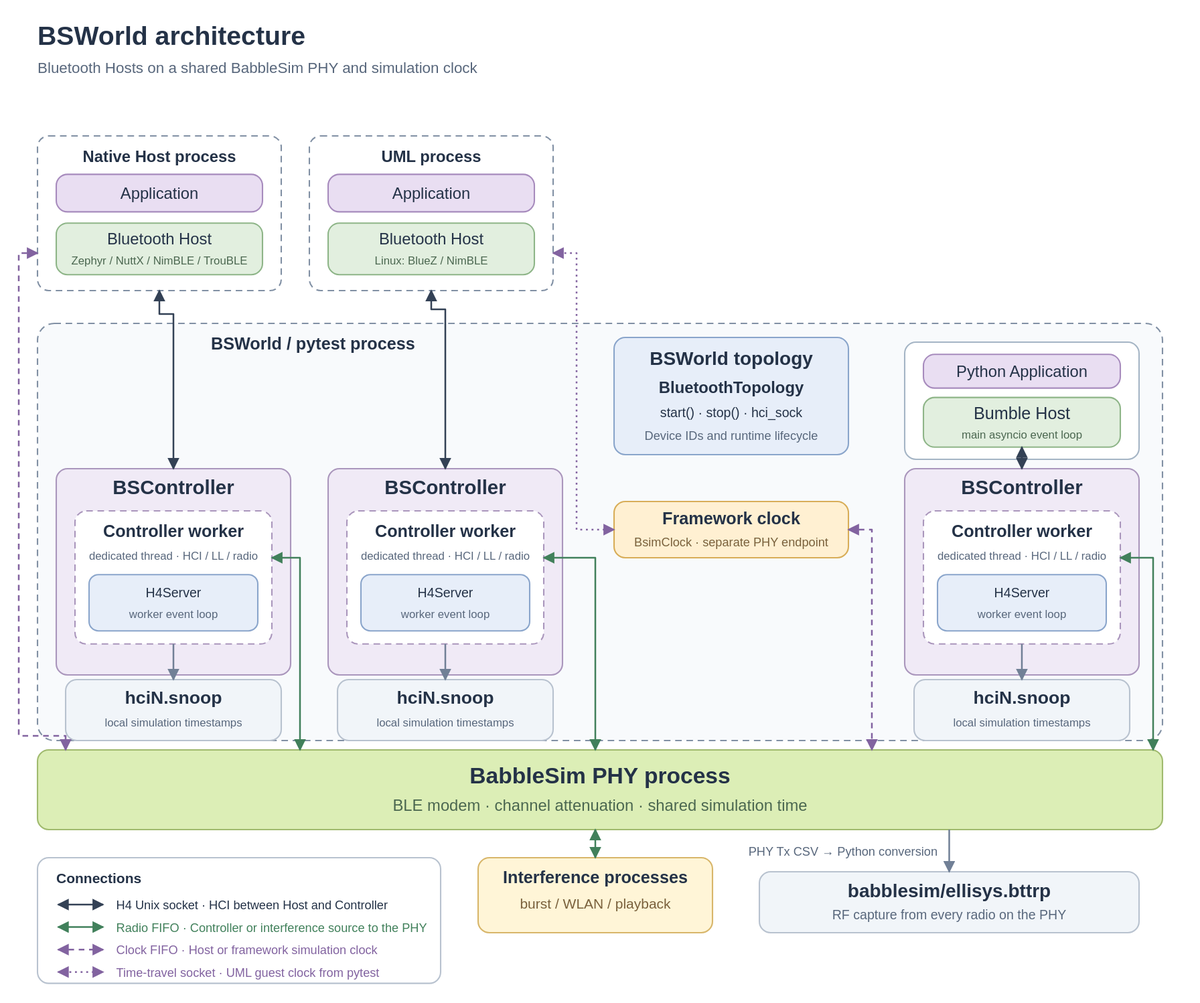
This is docs/images/babblesim_arch.svg from XiaoMi/bsworld, a draw.io export, as it was before one commit. Source tidied: cells renumbered, new cells last; positions are measured from the earlier drawing's top-left corner, leaving out a move shared by most shapes.
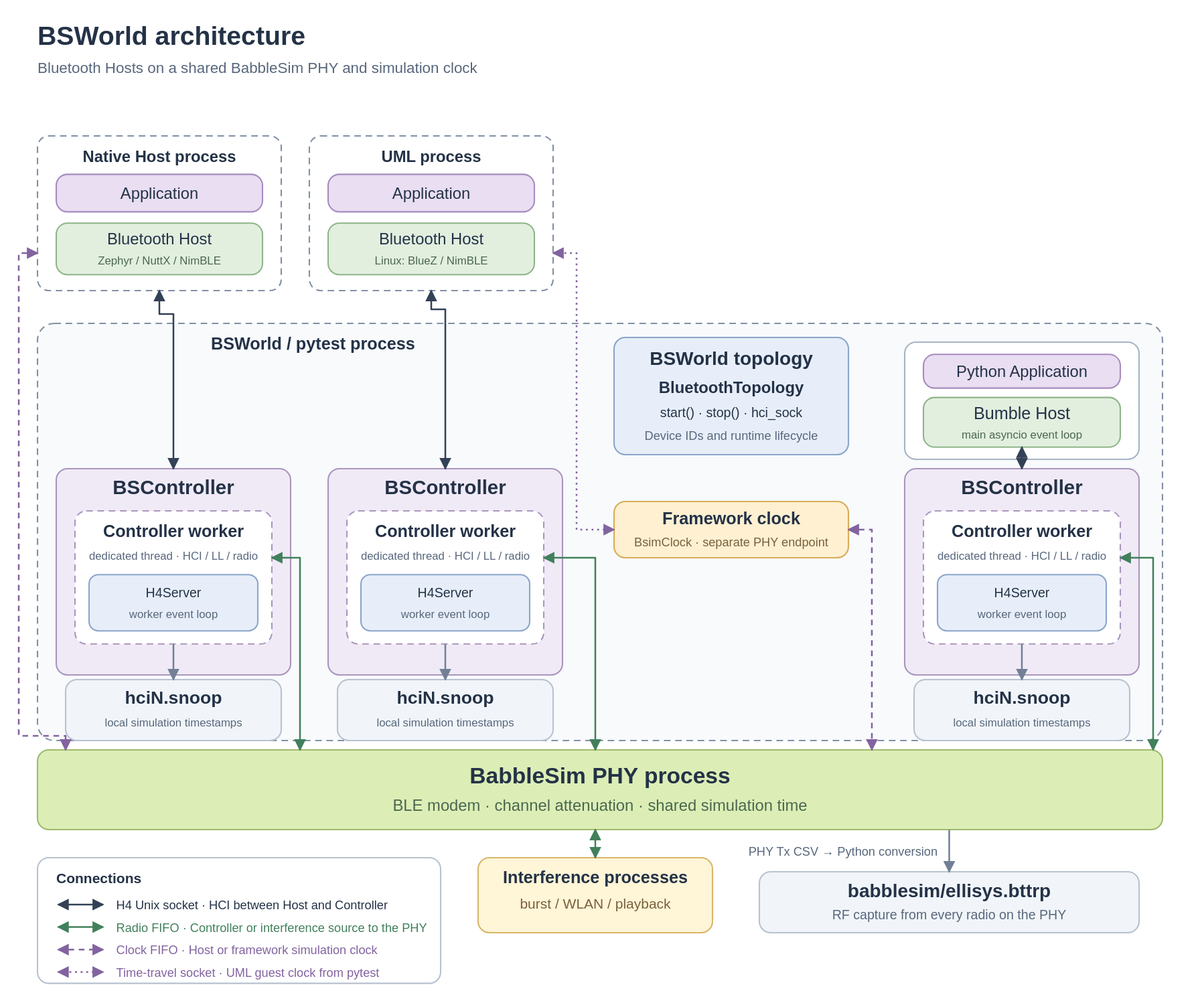
After the commit.

The edit, as a diff of the source:
```diff
@@ -35,7 +35,7 @@
     <mxCell id="12" value="Bluetooth Host" style="text;html=1;strokeColor=none;fillColor=none;align=center;verticalAlign=middle;fontFamily=Arial;fontSize=17;fontColor=#243247;fontStyle=0;" parent="1" vertex="1">
       <mxGeometry x="101" y="244" width="138" height="22" as="geometry" />
     </mxCell>
-    <mxCell id="13" value="Zephyr / NuttX / NimBLE / TrouBLE" style="text;html=1;strokeColor=none;fillColor=none;align=center;verticalAlign=middle;fontFamily=Arial;fontSize=12;fontColor=#4b6750;fontStyle=0;" parent="1" vertex="1">
+    <mxCell id="13" value="Zephyr / NuttX / NimBLE" style="text;html=1;strokeColor=none;fillColor=none;align=center;verticalAlign=middle;fontFamily=Arial;fontSize=12;fontColor=#4b6750;fontStyle=0;" parent="1" vertex="1">
       <mxGeometry x="60" y="270" width="220" height="17" as="geometry" />
     </mxCell>
     <mxCell id="14" style="rounded=1;arcSize=12;whiteSpace=wrap;html=1;fillColor=#ffffff;strokeColor=#8190a4;strokeWidth=1.5;dashed=1;" parent="1" vertex="1">
```
